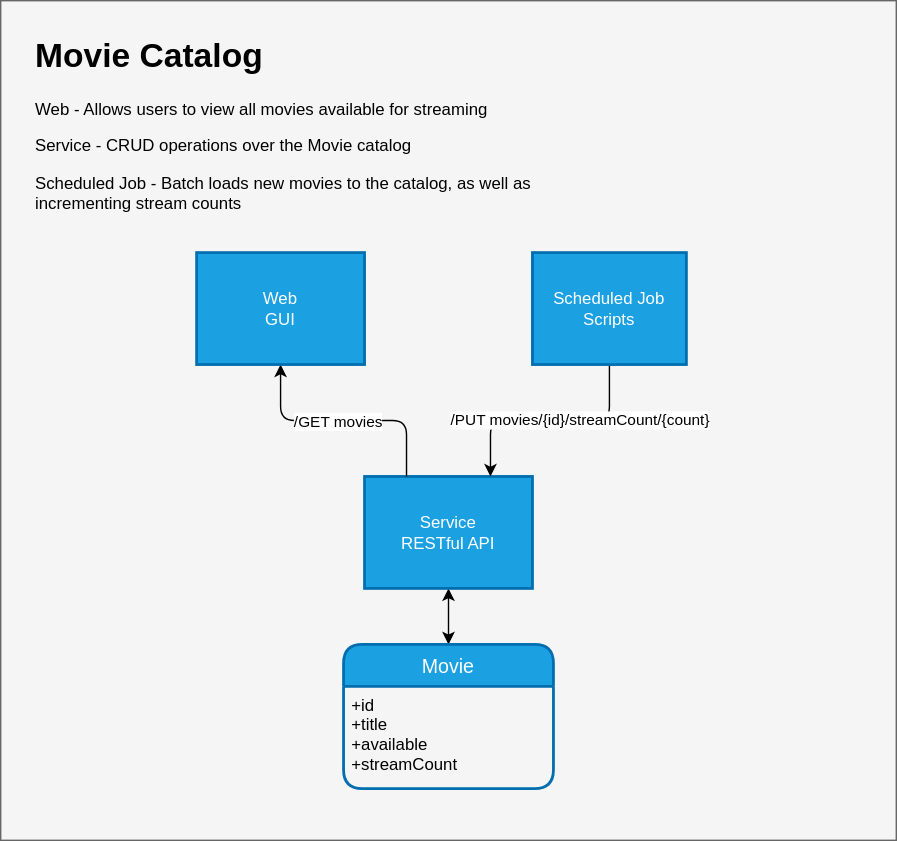
This is images/OF_Mini_Services.svg from annagapuz/cicd-comparison, a draw.io export, as it was before one commit. Source tidied: cells renumbered, new cells last; positions are measured from the earlier drawing's top-left corner, leaving out a move shared by most shapes.
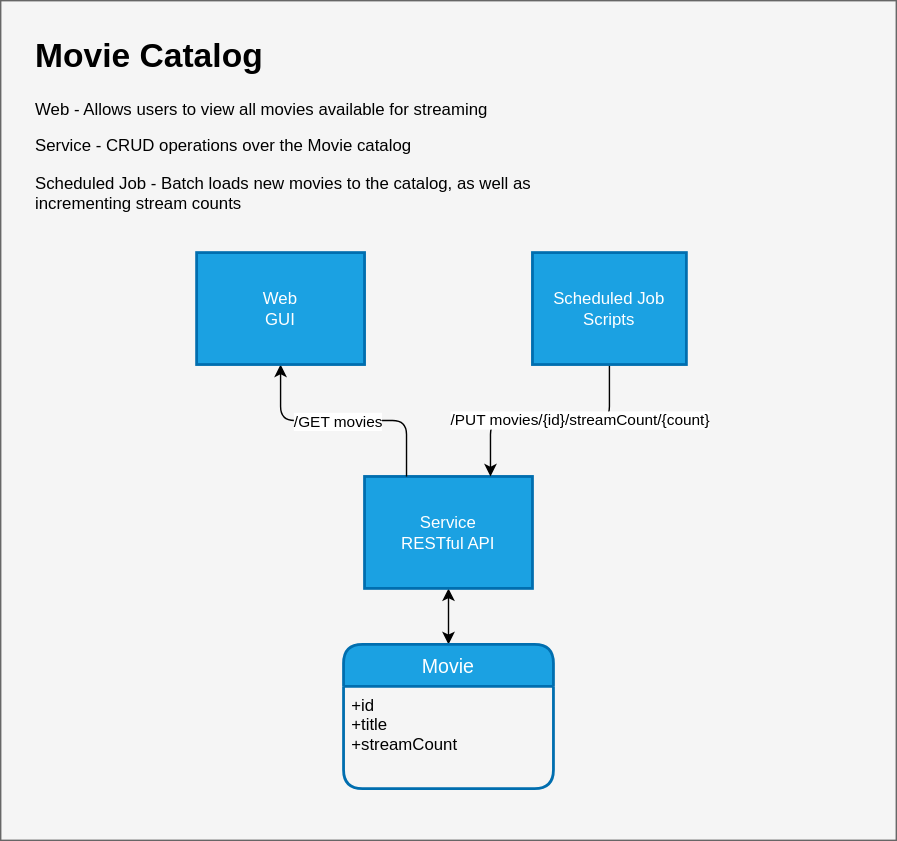
After the commit.

What changed in the source:
```diff
@@ -35,7 +35,7 @@
     <mxCell id="12" value="Movie" style="swimlane;horizontal=1;startSize=30;rounded=1;fontSize=14;fontStyle=0;strokeWidth=2;shadow=0;dashed=0;align=center;sketch=0;fillColor=#1ba1e2;strokeColor=#006EAF;fontColor=#ffffff;" parent="1" vertex="1">
       <mxGeometry x="245" y="460" width="150" height="103" as="geometry" />
     </mxCell>
-    <mxCell id="13" value="+id&#10;+title&#10;+available&#10;+streamCount" style="align=left;strokeColor=none;fillColor=none;spacingLeft=4;fontSize=12;verticalAlign=top;" parent="12" vertex="1">
+    <mxCell id="13" value="+id&#10;+title&#10;+streamCount" style="align=left;strokeColor=none;fillColor=none;spacingLeft=4;fontSize=12;verticalAlign=top;" parent="12" vertex="1">
       <mxGeometry y="30" width="150" height="73" as="geometry" />
     </mxCell>
   </root>
```
